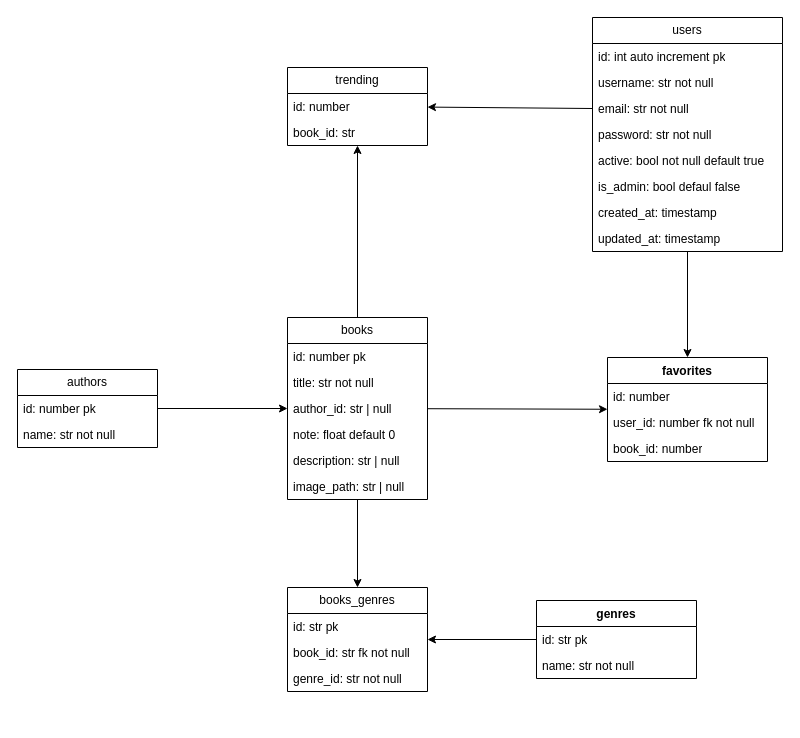
Above: docs/db.drawio in yoshtempest/manhwa-library (draw.io), before the change. Source tidied: cells renumbered, new cells numbered last; positions are measured from the earlier drawing's top-left corner, leaving out a move shared by most shapes. Both pictures are drawn from the tidied source at 100%, with x=0, y=0 at pixel (17, 17).
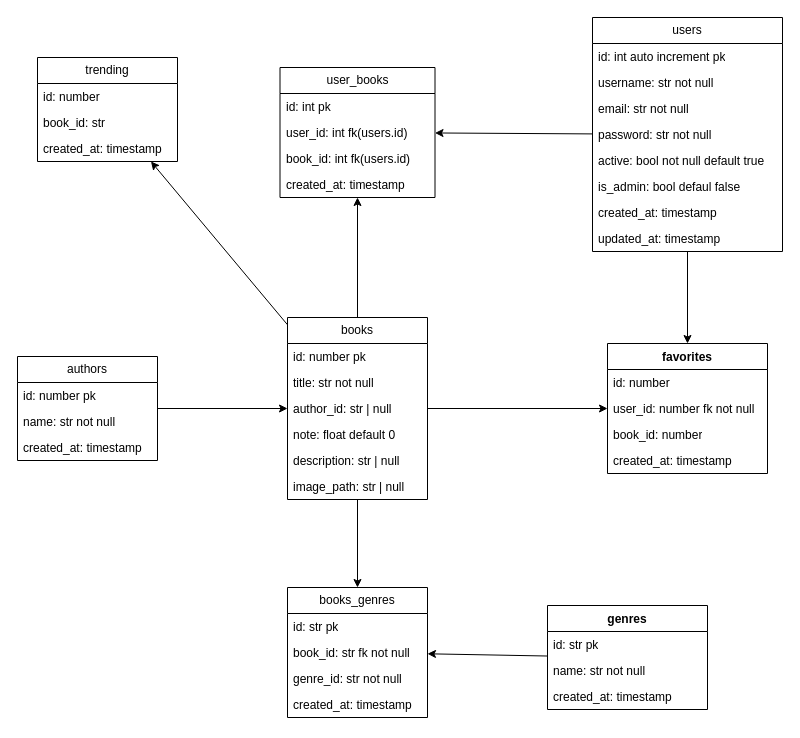
Above is the later version.

Unchanged cells that the change refers to:
```xml
<mxCell id="5" value="books" style="swimlane;fontStyle=0;horizontal=1;startSize=26;fillColor=none;whiteSpace=wrap;html=1;" parent="1" vertex="1">
  <mxGeometry x="270" y="300" width="140" height="182" as="geometry" />
</mxCell>
<mxCell id="26" value="users" style="swimlane;fontStyle=0;horizontal=1;startSize=26;fillColor=none;whiteSpace=wrap;html=1;" parent="1" vertex="1">
  <mxGeometry x="575" width="190" height="234" as="geometry" />
</mxCell>
<mxCell id="29" value="email: str not null" style="text;strokeColor=none;fillColor=none;align=left;verticalAlign=top;spacingLeft=4;spacingRight=4;overflow=hidden;points=[[0,0.5],[1,0.5]];portConstraint=eastwest;whiteSpace=wrap;html=1;" parent="26" vertex="1">
  <mxGeometry y="78" width="190" height="26" as="geometry" />
</mxCell>
```

What changed in the source:
```diff
@@
+    <mxCell id="42" style="edgeStyle=none;html=1;" parent="1" edge="1" source="5" target="25">
+      <mxGeometry relative="1" as="geometry" />
+    </mxCell>
@@
     <mxCell id="13" value="authors" style="swimlane;fontStyle=0;horizontal=1;startSize=26;fillColor=none;whiteSpace=wrap;html=1;" parent="1" vertex="1">
-      <mxGeometry y="352" width="140" height="78" as="geometry" />
+      <mxGeometry y="339" width="140" height="104" as="geometry" />
     </mxCell>
@@
+    <mxCell id="43" value="created_at: timestamp" style="text;strokeColor=none;fillColor=none;align=left;verticalAlign=top;spacingLeft=4;spacingRight=4;overflow=hidden;whiteSpace=wrap;html=1;" parent="13" vertex="1">
+      <mxGeometry y="78" width="140" height="26" as="geometry" />
+    </mxCell>
@@
     <mxCell id="17" value="genres" style="swimlane;fontStyle=1;align=center;verticalAlign=top;horizontal=1;startSize=26;whiteSpace=wrap;html=1;" parent="1" vertex="1">
-      <mxGeometry x="519" y="583" width="160" height="78" as="geometry" />
+      <mxGeometry x="530" y="588" width="160" height="104" as="geometry" />
     </mxCell>
@@
+    <mxCell id="44" value="created_at: timestamp" style="text;strokeColor=none;fillColor=none;align=left;verticalAlign=top;spacingLeft=4;spacingRight=4;overflow=hidden;whiteSpace=wrap;html=1;" parent="17" vertex="1">
+      <mxGeometry y="78" width="160" height="26" as="geometry" />
+    </mxCell>
     <mxCell id="20" value="books_genres" style="swimlane;fontStyle=0;horizontal=1;startSize=26;fillColor=none;whiteSpace=wrap;html=1;" parent="1" vertex="1">
-      <mxGeometry x="270" y="570" width="140" height="104" as="geometry" />
+      <mxGeometry x="270" y="570" width="140" height="130" as="geometry" />
     </mxCell>
@@
+    <mxCell id="45" value="created_at: timestamp" style="text;strokeColor=none;fillColor=none;align=left;verticalAlign=top;spacingLeft=4;spacingRight=4;overflow=hidden;whiteSpace=wrap;html=1;" parent="20" vertex="1">
+      <mxGeometry y="104" width="140" height="26" as="geometry" />
+    </mxCell>
@@
-    <mxCell id="25" style="edgeStyle=none;html=1;exitX=0;exitY=0.5;exitDx=0;exitDy=0;" parent="1" edge="1" source="29" target="39">
-      <mxGeometry relative="1" as="geometry" />
-    </mxCell>
+    <mxCell id="46" style="edgeStyle=none;html=1;" parent="1" edge="1" source="26" target="25">
+      <mxGeometry relative="1" as="geometry" />
+    </mxCell>
@@
     <mxCell id="35" value="favorites" style="swimlane;fontStyle=1;align=center;verticalAlign=top;horizontal=1;startSize=26;whiteSpace=wrap;html=1;" parent="1" vertex="1">
-      <mxGeometry x="590" y="340" width="160" height="104" as="geometry" />
+      <mxGeometry x="590" y="326" width="160" height="130" as="geometry" />
     </mxCell>
@@
+    <mxCell id="47" value="created_at: timestamp" style="text;strokeColor=none;fillColor=none;align=left;verticalAlign=top;spacingLeft=4;spacingRight=4;overflow=hidden;whiteSpace=wrap;html=1;" parent="35" vertex="1">
+      <mxGeometry y="104" width="160" height="26" as="geometry" />
+    </mxCell>
     <mxCell id="39" value="trending" style="swimlane;fontStyle=0;horizontal=1;startSize=26;fillColor=none;whiteSpace=wrap;html=1;" parent="1" vertex="1">
-      <mxGeometry x="270" y="50" width="140" height="78" as="geometry" />
+      <mxGeometry x="20" y="40" width="140" height="104" as="geometry" />
     </mxCell>
@@
+    <mxCell id="48" value="created_at: timestamp" style="text;strokeColor=none;fillColor=none;align=left;verticalAlign=top;spacingLeft=4;spacingRight=4;overflow=hidden;whiteSpace=wrap;html=1;" parent="39" vertex="1">
+      <mxGeometry y="78" width="140" height="26" as="geometry" />
+    </mxCell>
+    <mxCell id="25" value="user_books" style="swimlane;fontStyle=0;horizontal=1;startSize=26;fillColor=none;whiteSpace=wrap;html=1;" parent="1" vertex="1">
+      <mxGeometry x="262.5" y="50" width="155" height="130" as="geometry" />
+    </mxCell>
+    <mxCell id="49" value="id: int pk" style="text;strokeColor=none;fillColor=none;align=left;verticalAlign=top;spacingLeft=4;spacingRight=4;overflow=hidden;whiteSpace=wrap;html=1;" parent="25" vertex="1">
+      <mxGeometry y="26" width="155" height="26" as="geometry" />
+    </mxCell>
+    <mxCell id="50" value="user_id: int fk(users.id)" style="text;strokeColor=none;fillColor=none;align=left;verticalAlign=top;spacingLeft=4;spacingRight=4;overflow=hidden;whiteSpace=wrap;html=1;" parent="25" vertex="1">
+      <mxGeometry y="52" width="155" height="26" as="geometry" />
+    </mxCell>
+    <mxCell id="51" value="book_id: int fk(users.id)" style="text;strokeColor=none;fillColor=none;align=left;verticalAlign=top;spacingLeft=4;spacingRight=4;overflow=hidden;whiteSpace=wrap;html=1;" parent="25" vertex="1">
+      <mxGeometry y="78" width="155" height="26" as="geometry" />
+    </mxCell>
+    <mxCell id="52" value="created_at: timestamp" style="text;strokeColor=none;fillColor=none;align=left;verticalAlign=top;spacingLeft=4;spacingRight=4;overflow=hidden;whiteSpace=wrap;html=1;" parent="25" vertex="1">
+      <mxGeometry y="104" width="155" height="26" as="geometry" />
+    </mxCell>
```
